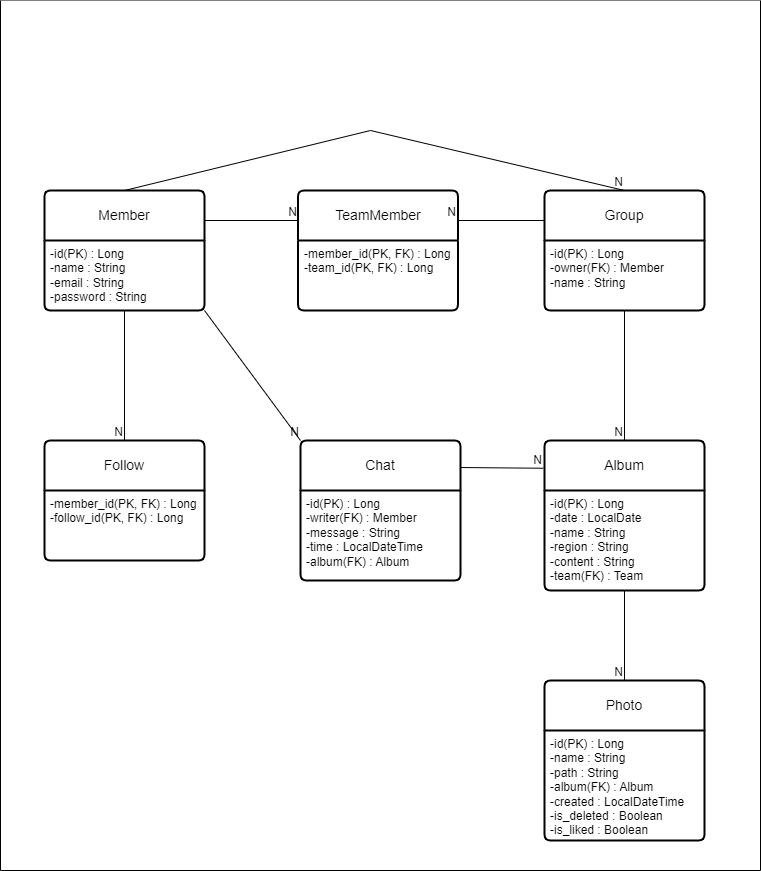
Before: data/Entity.png, a diagram exported from draw.io (HGCQ/Recoder). Source tidied: cells renumbered, new cells last; positions are measured from the earlier drawing's top-left corner, leaving out a move shared by most shapes. Source of this version:
```xml
<mxGraphModel>
  <root>
    <mxCell id="0" />
    <mxCell id="1" parent="0" />
    <mxCell id="2" style="swimlane;startSize=0;fillStyle=auto;fillColor=none;strokeColor=default;swimlaneFillColor=default;" parent="1" vertex="1">
      <mxGeometry width="760" height="870" as="geometry" />
    </mxCell>
    <mxCell id="3" value="Group" style="swimlane;horizontal=1;startSize=50;rounded=1;fontSize=14;fontStyle=0;strokeWidth=2;shadow=0;dashed=0;align=center;arcSize=4;whiteSpace=wrap;html=1;" parent="2" vertex="1">
      <mxGeometry x="544" y="190" width="160" height="120" as="geometry" />
    </mxCell>
    <mxCell id="4" value="-id(PK) : Long&lt;div&gt;-owner(FK) : Member&lt;/div&gt;&lt;div&gt;-name : String&lt;/div&gt;" style="align=left;strokeColor=none;fillColor=none;spacingLeft=4;fontSize=12;verticalAlign=top;html=1;" parent="3" vertex="1">
      <mxGeometry y="50" width="160" height="70" as="geometry" />
    </mxCell>
    <mxCell id="5" value="Album" style="swimlane;horizontal=1;startSize=50;rounded=1;fontSize=14;fontStyle=0;strokeWidth=2;shadow=0;dashed=0;align=center;arcSize=4;whiteSpace=wrap;html=1;" parent="2" vertex="1">
      <mxGeometry x="544" y="440" width="160" height="150" as="geometry" />
    </mxCell>
    <mxCell id="6" value="-id(PK) : Long&lt;div&gt;-date : LocalDate&lt;/div&gt;&lt;div&gt;-name : String&lt;/div&gt;&lt;div&gt;-region : String&lt;/div&gt;&lt;div&gt;-content : String&lt;/div&gt;&lt;div&gt;-team(FK) : Team&lt;/div&gt;" style="align=left;strokeColor=none;fillColor=none;spacingLeft=4;fontSize=12;verticalAlign=top;html=1;" parent="5" vertex="1">
      <mxGeometry y="50" width="160" height="100" as="geometry" />
    </mxCell>
    <mxCell id="7" value="Chat" style="swimlane;horizontal=1;startSize=50;rounded=1;fontSize=14;fontStyle=0;strokeWidth=2;shadow=0;dashed=0;align=center;arcSize=4;whiteSpace=wrap;html=1;" parent="2" vertex="1">
      <mxGeometry x="300" y="440" width="160" height="140" as="geometry" />
    </mxCell>
    <mxCell id="8" value="-id(PK) : Long&lt;div&gt;-writer(FK) : Member&lt;/div&gt;&lt;div&gt;-message : String&lt;/div&gt;&lt;div&gt;-time : LocalDateTime&lt;/div&gt;&lt;div&gt;-album(FK) : Album&lt;/div&gt;" style="align=left;strokeColor=none;fillColor=none;spacingLeft=4;fontSize=12;verticalAlign=top;html=1;" parent="7" vertex="1">
      <mxGeometry y="50" width="160" height="90" as="geometry" />
    </mxCell>
    <mxCell id="9" value="Photo" style="swimlane;horizontal=1;startSize=50;rounded=1;fontSize=14;fontStyle=0;strokeWidth=2;shadow=0;dashed=0;align=center;arcSize=4;whiteSpace=wrap;html=1;" parent="2" vertex="1">
      <mxGeometry x="544" y="680" width="160" height="160" as="geometry" />
    </mxCell>
    <mxCell id="10" value="-id(PK) : Long&lt;div&gt;-name : String&lt;/div&gt;&lt;div&gt;-path : String&lt;/div&gt;&lt;div&gt;-album(FK) : Album&lt;/div&gt;&lt;div&gt;-created : LocalDateTime&lt;/div&gt;&lt;div&gt;-is_deleted : Boolean&lt;/div&gt;&lt;div&gt;-is_liked : Boolean&lt;/div&gt;" style="align=left;strokeColor=none;fillColor=none;spacingLeft=4;fontSize=12;verticalAlign=top;html=1;" parent="9" vertex="1">
      <mxGeometry y="50" width="160" height="110" as="geometry" />
    </mxCell>
    <mxCell id="11" value="Follow" style="swimlane;horizontal=1;startSize=50;rounded=1;fontSize=14;fontStyle=0;strokeWidth=2;shadow=0;dashed=0;align=center;arcSize=4;whiteSpace=wrap;html=1;" parent="2" vertex="1">
      <mxGeometry x="44" y="440" width="160" height="120" as="geometry" />
    </mxCell>
    <mxCell id="12" value="-member_id(PK, FK) : Long&lt;div&gt;-follow_id(PK, FK) : Long&lt;/div&gt;" style="align=left;strokeColor=none;fillColor=none;spacingLeft=4;fontSize=12;verticalAlign=top;html=1;" parent="11" vertex="1">
      <mxGeometry y="50" width="160" height="70" as="geometry" />
    </mxCell>
    <mxCell id="13" value="TeamMember" style="swimlane;horizontal=1;startSize=50;rounded=1;fontSize=14;fontStyle=0;strokeWidth=2;shadow=0;dashed=0;align=center;arcSize=4;whiteSpace=wrap;html=1;" parent="2" vertex="1">
      <mxGeometry x="297.5" y="190" width="160" height="120" as="geometry" />
    </mxCell>
    <mxCell id="14" value="-member_id(PK, FK) : Long&lt;div&gt;-team_id(PK, FK) : Long&lt;/div&gt;" style="align=left;strokeColor=none;fillColor=none;spacingLeft=4;fontSize=12;verticalAlign=top;html=1;" parent="13" vertex="1">
      <mxGeometry y="50" width="160" height="70" as="geometry" />
    </mxCell>
    <mxCell id="15" style="endArrow=none;html=1;rounded=0;exitX=0;exitY=0.25;exitDx=0;exitDy=0;entryX=1;entryY=0.25;entryDx=0;entryDy=0;" parent="2" edge="1" source="3" target="13">
      <mxGeometry relative="1" as="geometry" />
    </mxCell>
    <mxCell id="16" value="N" style="html=1;whiteSpace=wrap;align=right;verticalAlign=bottom;" parent="15" vertex="1">
      <mxGeometry x="1" relative="1" as="geometry" />
    </mxCell>
    <mxCell id="17" style="endArrow=none;html=1;rounded=0;exitX=0.5;exitY=1;exitDx=0;exitDy=0;entryX=0.5;entryY=0;entryDx=0;entryDy=0;" parent="2" edge="1" source="3" target="5">
      <mxGeometry relative="1" as="geometry" />
    </mxCell>
    <mxCell id="18" value="N" style="html=1;whiteSpace=wrap;align=right;verticalAlign=bottom;" parent="17" vertex="1">
      <mxGeometry x="1" relative="1" as="geometry" />
    </mxCell>
    <mxCell id="19" style="endArrow=none;html=1;rounded=0;exitX=0.5;exitY=1;exitDx=0;exitDy=0;entryX=0.5;entryY=0;entryDx=0;entryDy=0;" parent="2" edge="1" source="6" target="9">
      <mxGeometry relative="1" as="geometry" />
    </mxCell>
    <mxCell id="20" value="N" style="html=1;whiteSpace=wrap;align=right;verticalAlign=bottom;" parent="19" vertex="1">
      <mxGeometry x="1" relative="1" as="geometry" />
    </mxCell>
    <mxCell id="21" style="endArrow=none;html=1;rounded=0;exitX=0.998;exitY=0.193;exitDx=0;exitDy=0;exitPerimeter=0;entryX=-0.008;entryY=0.185;entryDx=0;entryDy=0;entryPerimeter=0;" parent="2" edge="1" source="7" target="5">
      <mxGeometry relative="1" as="geometry" />
    </mxCell>
    <mxCell id="22" value="N" style="html=1;whiteSpace=wrap;align=right;verticalAlign=bottom;" parent="21" vertex="1">
      <mxGeometry x="1" relative="1" as="geometry" />
    </mxCell>
    <mxCell id="23" value="Member" style="swimlane;horizontal=1;startSize=50;rounded=1;fontSize=14;fontStyle=0;strokeWidth=2;shadow=0;dashed=0;align=center;arcSize=4;whiteSpace=wrap;html=1;" parent="2" vertex="1">
      <mxGeometry x="44" y="190" width="160" height="120" as="geometry" />
    </mxCell>
    <mxCell id="24" value="-id(PK) : Long&lt;div&gt;-name : String&lt;/div&gt;&lt;div&gt;-email : String&lt;/div&gt;&lt;div&gt;-password : String&lt;/div&gt;" style="align=left;strokeColor=none;fillColor=none;spacingLeft=4;fontSize=12;verticalAlign=top;html=1;" parent="23" vertex="1">
      <mxGeometry y="50" width="160" height="70" as="geometry" />
    </mxCell>
    <mxCell id="25" style="endArrow=none;html=1;rounded=0;exitX=1;exitY=1;exitDx=0;exitDy=0;entryX=0;entryY=0;entryDx=0;entryDy=0;" parent="2" edge="1" source="24" target="7">
      <mxGeometry relative="1" as="geometry" />
    </mxCell>
    <mxCell id="26" value="N" style="html=1;whiteSpace=wrap;align=right;verticalAlign=bottom;" parent="25" vertex="1">
      <mxGeometry x="1" relative="1" as="geometry" />
    </mxCell>
    <mxCell id="27" style="endArrow=none;html=1;rounded=0;exitX=0.5;exitY=1;exitDx=0;exitDy=0;entryX=0.5;entryY=0;entryDx=0;entryDy=0;" parent="2" edge="1" source="24" target="11">
      <mxGeometry relative="1" as="geometry" />
    </mxCell>
    <mxCell id="28" value="N" style="html=1;whiteSpace=wrap;align=right;verticalAlign=bottom;" parent="27" vertex="1">
      <mxGeometry x="1" relative="1" as="geometry" />
    </mxCell>
    <mxCell id="29" style="endArrow=none;html=1;rounded=0;exitX=1;exitY=0.25;exitDx=0;exitDy=0;entryX=0;entryY=0.25;entryDx=0;entryDy=0;" parent="2" edge="1" source="23" target="13">
      <mxGeometry relative="1" as="geometry" />
    </mxCell>
    <mxCell id="30" value="N" style="html=1;whiteSpace=wrap;align=right;verticalAlign=bottom;" parent="29" vertex="1">
      <mxGeometry x="1" relative="1" as="geometry" />
    </mxCell>
    <mxCell id="31" style="endArrow=none;html=1;rounded=0;exitX=0.5;exitY=0;exitDx=0;exitDy=0;entryX=0.5;entryY=0;entryDx=0;entryDy=0;" parent="2" edge="1" source="23" target="3">
      <mxGeometry relative="1" as="geometry">
        <Array as="points">
          <mxPoint x="370" y="130" />
        </Array>
      </mxGeometry>
    </mxCell>
    <mxCell id="32" value="N" style="html=1;whiteSpace=wrap;align=right;verticalAlign=bottom;" parent="31" vertex="1">
      <mxGeometry x="1" relative="1" as="geometry" />
    </mxCell>
  </root>
</mxGraphModel>
```
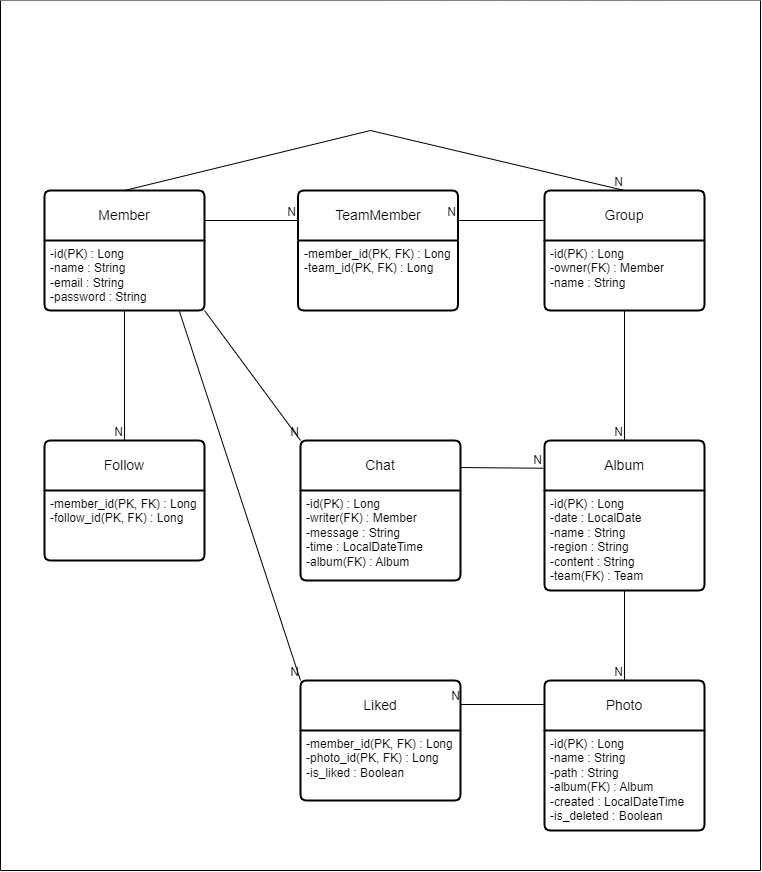
After the commit.

Commit message:
[*] Gantt 차트 기능 추가 및 Entity, Table 좋아요 추가

Change to the diagram source:
```diff
@@ -24,10 +24,10 @@
       <mxGeometry y="50" width="160" height="90" as="geometry" />
     </mxCell>
     <mxCell id="9" value="Photo" style="swimlane;horizontal=1;startSize=50;rounded=1;fontSize=14;fontStyle=0;strokeWidth=2;shadow=0;dashed=0;align=center;arcSize=4;whiteSpace=wrap;html=1;" parent="2" vertex="1">
-      <mxGeometry x="544" y="680" width="160" height="160" as="geometry" />
+      <mxGeometry x="544" y="680" width="160" height="150" as="geometry" />
     </mxCell>
-    <mxCell id="10" value="-id(PK) : Long&lt;div&gt;-name : String&lt;/div&gt;&lt;div&gt;-path : String&lt;/div&gt;&lt;div&gt;-album(FK) : Album&lt;/div&gt;&lt;div&gt;-created : LocalDateTime&lt;/div&gt;&lt;div&gt;-is_deleted : Boolean&lt;/div&gt;&lt;div&gt;-is_liked : Boolean&lt;/div&gt;" style="align=left;strokeColor=none;fillColor=none;spacingLeft=4;fontSize=12;verticalAlign=top;html=1;" parent="9" vertex="1">
-      <mxGeometry y="50" width="160" height="110" as="geometry" />
+    <mxCell id="10" value="-id(PK) : Long&lt;div&gt;-name : String&lt;/div&gt;&lt;div&gt;-path : String&lt;/div&gt;&lt;div&gt;-album(FK) : Album&lt;/div&gt;&lt;div&gt;-created : LocalDateTime&lt;/div&gt;&lt;div&gt;-is_deleted : Boolean&lt;/div&gt;" style="align=left;strokeColor=none;fillColor=none;spacingLeft=4;fontSize=12;verticalAlign=top;html=1;" parent="9" vertex="1">
+      <mxGeometry y="50" width="160" height="100" as="geometry" />
     </mxCell>
     <mxCell id="11" value="Follow" style="swimlane;horizontal=1;startSize=50;rounded=1;fontSize=14;fontStyle=0;strokeWidth=2;shadow=0;dashed=0;align=center;arcSize=4;whiteSpace=wrap;html=1;" parent="2" vertex="1">
       <mxGeometry x="44" y="440" width="160" height="120" as="geometry" />
@@ -99,5 +99,25 @@
     <mxCell id="32" value="N" style="html=1;whiteSpace=wrap;align=right;verticalAlign=bottom;" parent="31" vertex="1">
       <mxGeometry x="1" relative="1" as="geometry" />
     </mxCell>
+    <mxCell id="33" value="Liked" style="swimlane;horizontal=1;startSize=50;rounded=1;fontSize=14;fontStyle=0;strokeWidth=2;shadow=0;dashed=0;align=center;arcSize=4;whiteSpace=wrap;html=1;" parent="2" vertex="1">
+      <mxGeometry x="300" y="680" width="160" height="120" as="geometry" />
+    </mxCell>
+    <mxCell id="34" value="-member_id(PK, FK) : Long&lt;br&gt;-photo_id(PK, FK) : Long&lt;div&gt;-is_liked : Boolean&lt;/div&gt;" style="align=left;strokeColor=none;fillColor=none;spacingLeft=4;fontSize=12;verticalAlign=top;html=1;" parent="33" vertex="1">
+      <mxGeometry y="50" width="160" height="70" as="geometry" />
+    </mxCell>
+    <mxCell id="35" style="endArrow=none;html=1;rounded=0;entryX=0;entryY=0;entryDx=0;entryDy=0;exitX=0.84;exitY=0.99;exitDx=0;exitDy=0;exitPerimeter=0;" parent="2" edge="1" source="24" target="33">
+      <mxGeometry relative="1" as="geometry" />
+    </mxCell>
+    <mxCell id="36" value="N" style="html=1;whiteSpace=wrap;align=right;verticalAlign=bottom;" parent="35" vertex="1">
+      <mxGeometry x="1" relative="1" as="geometry" />
+    </mxCell>
+    <mxCell id="37" style="endArrow=none;html=1;rounded=0;entryX=1.002;entryY=0.2;entryDx=0;entryDy=0;entryPerimeter=0;" parent="2" edge="1" target="33">
+      <mxGeometry relative="1" as="geometry">
+        <mxPoint x="544" y="704" as="sourcePoint" />
+      </mxGeometry>
+    </mxCell>
+    <mxCell id="38" value="N" style="html=1;whiteSpace=wrap;align=right;verticalAlign=bottom;" parent="37" vertex="1">
+      <mxGeometry x="1" relative="1" as="geometry" />
+    </mxCell>
   </root>
 </mxGraphModel>
```
